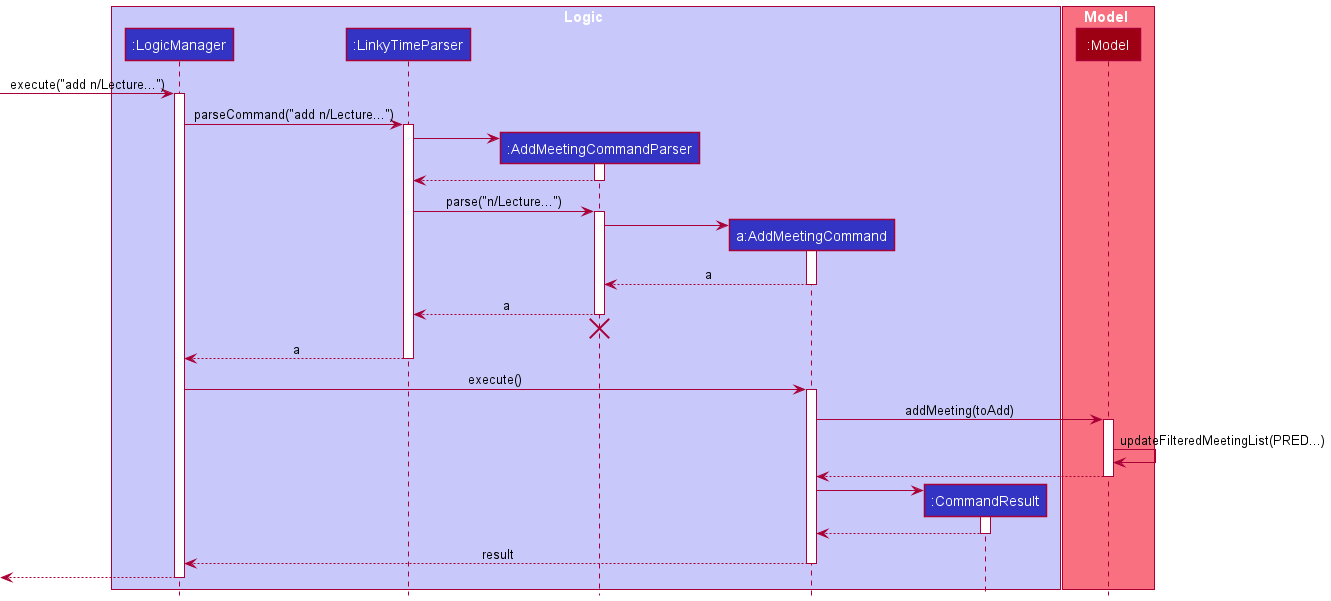
Before: docs/images/AddMeetingSequenceDiagram.png, a diagram exported from PlantUML (zfs-old-crap/linkytime). Source of this version:
```plantuml
@startuml
!include style.puml

box Logic LOGIC_COLOR_T1
participant ":LogicManager" as LogicManager LOGIC_COLOR
participant ":LinkyTimeParser" as LinkyTimeParser LOGIC_COLOR
participant ":AddMeetingCommandParser" as AddMeetingCommandParser LOGIC_COLOR
participant "a:AddMeetingCommand" as AddMeetingCommand LOGIC_COLOR
participant ":CommandResult" as CommandResult LOGIC_COLOR
end box

box Model MODEL_COLOR_T1
participant ":Model" as Model MODEL_COLOR
end box

[-> LogicManager : execute("add n/Lecture...")
activate LogicManager

LogicManager -> LinkyTimeParser : parseCommand("add n/Lecture...")
activate LinkyTimeParser

create AddMeetingCommandParser
LinkyTimeParser -> AddMeetingCommandParser
activate AddMeetingCommandParser

AddMeetingCommandParser --> LinkyTimeParser
deactivate AddMeetingCommandParser

LinkyTimeParser -> AddMeetingCommandParser : parse("n/Lecture...")
activate AddMeetingCommandParser

create AddMeetingCommand
AddMeetingCommandParser -> AddMeetingCommand
activate AddMeetingCommand

AddMeetingCommand --> AddMeetingCommandParser : a
deactivate AddMeetingCommand

AddMeetingCommandParser --> LinkyTimeParser : a
deactivate AddMeetingCommandParser
AddMeetingCommandParser -[hidden]-> LinkyTimeParser
destroy AddMeetingCommandParser

LinkyTimeParser --> LogicManager : a
deactivate LinkyTimeParser

LogicManager -> AddMeetingCommand : execute()
activate AddMeetingCommand

AddMeetingCommand -> Model : addMeeting(toAdd)
activate Model

Model -> Model : updateFilteredMeetingList(PRED...)

Model --> AddMeetingCommand
deactivate Model

create CommandResult
AddMeetingCommand -> CommandResult
activate CommandResult

CommandResult --> AddMeetingCommand
deactivate CommandResult

AddMeetingCommand --> LogicManager : result
deactivate AddMeetingCommand

[<--LogicManager
deactivate LogicManager
@enduml
```
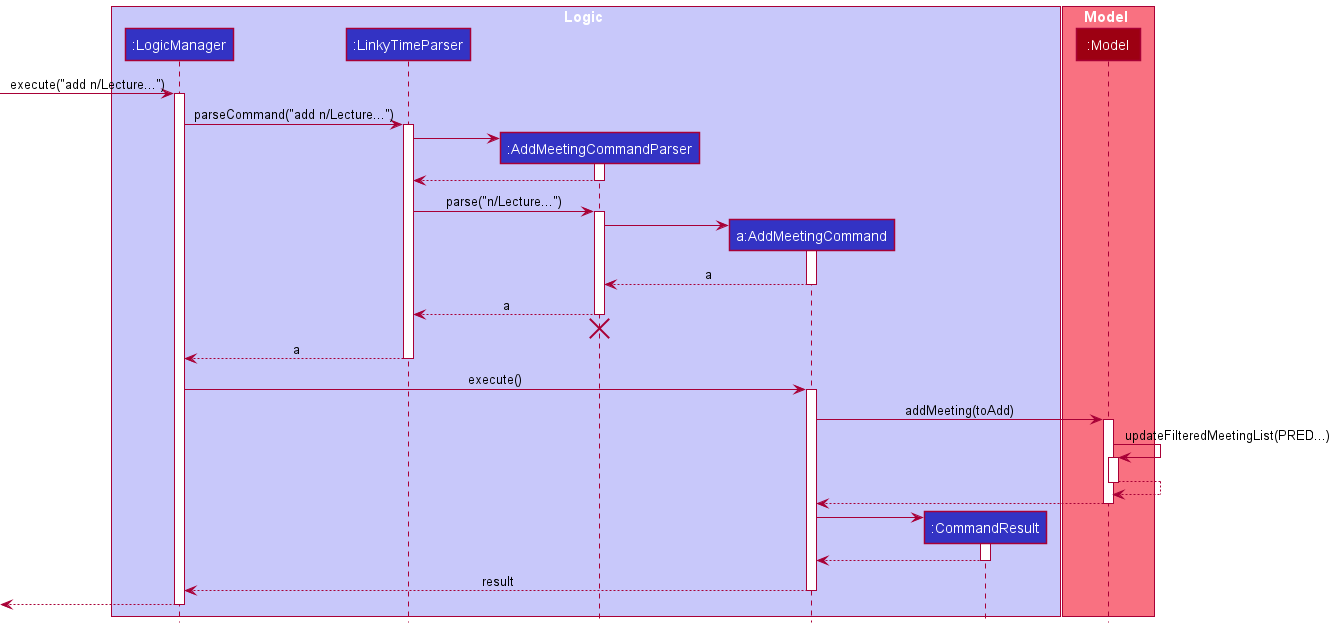
After the change.

What changed in the source:
```diff
@@ -50,7 +50,12 @@
 AddMeetingCommand -> Model : addMeeting(toAdd)
 activate Model
 
+
 Model -> Model : updateFilteredMeetingList(PRED...)
+activate Model
+
+Model ---> Model
+deactivate Model
 
 Model --> AddMeetingCommand
 deactivate Model
```
